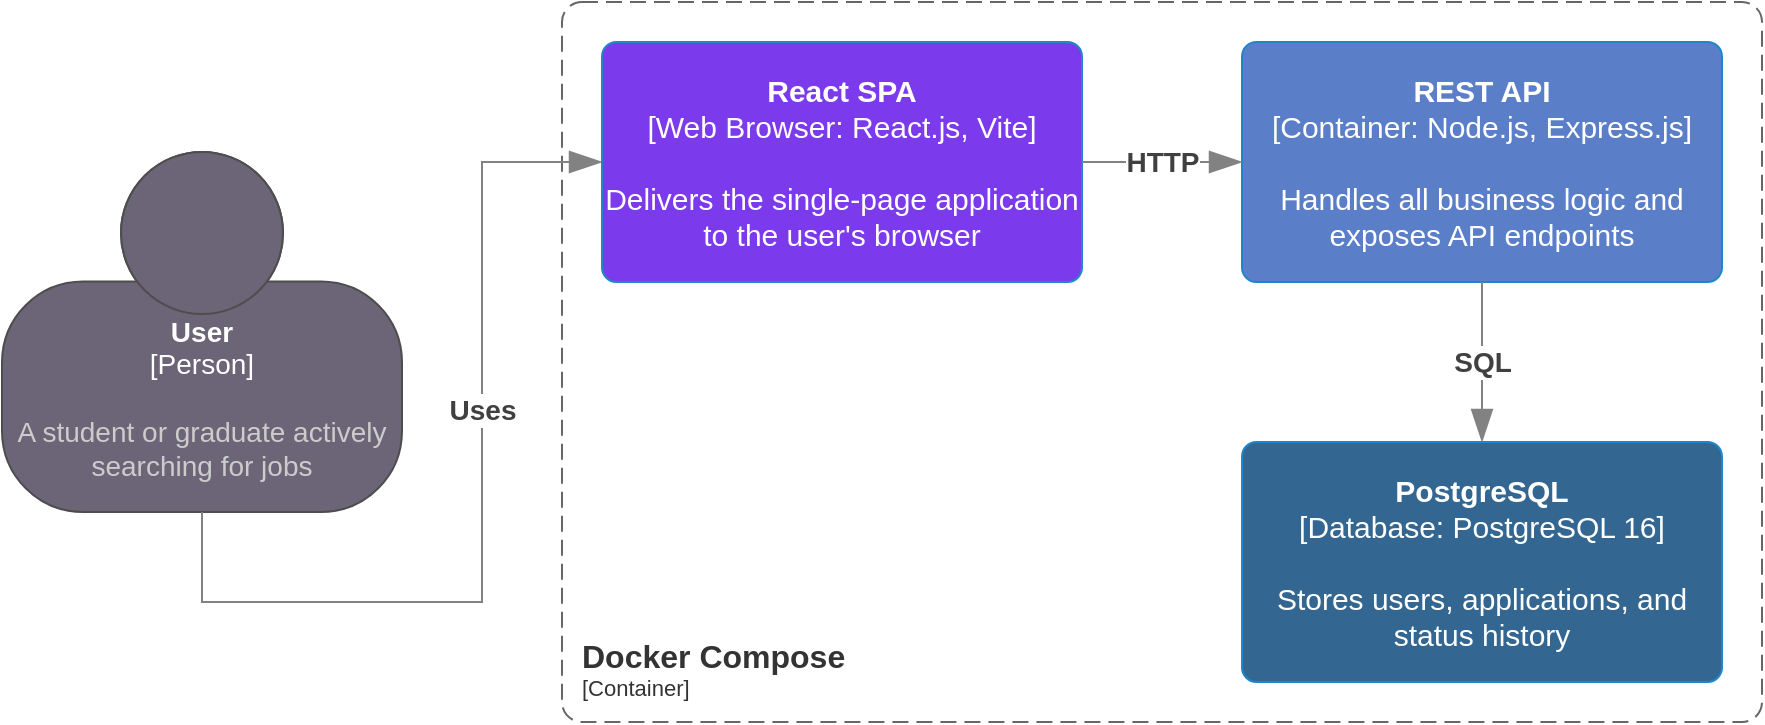
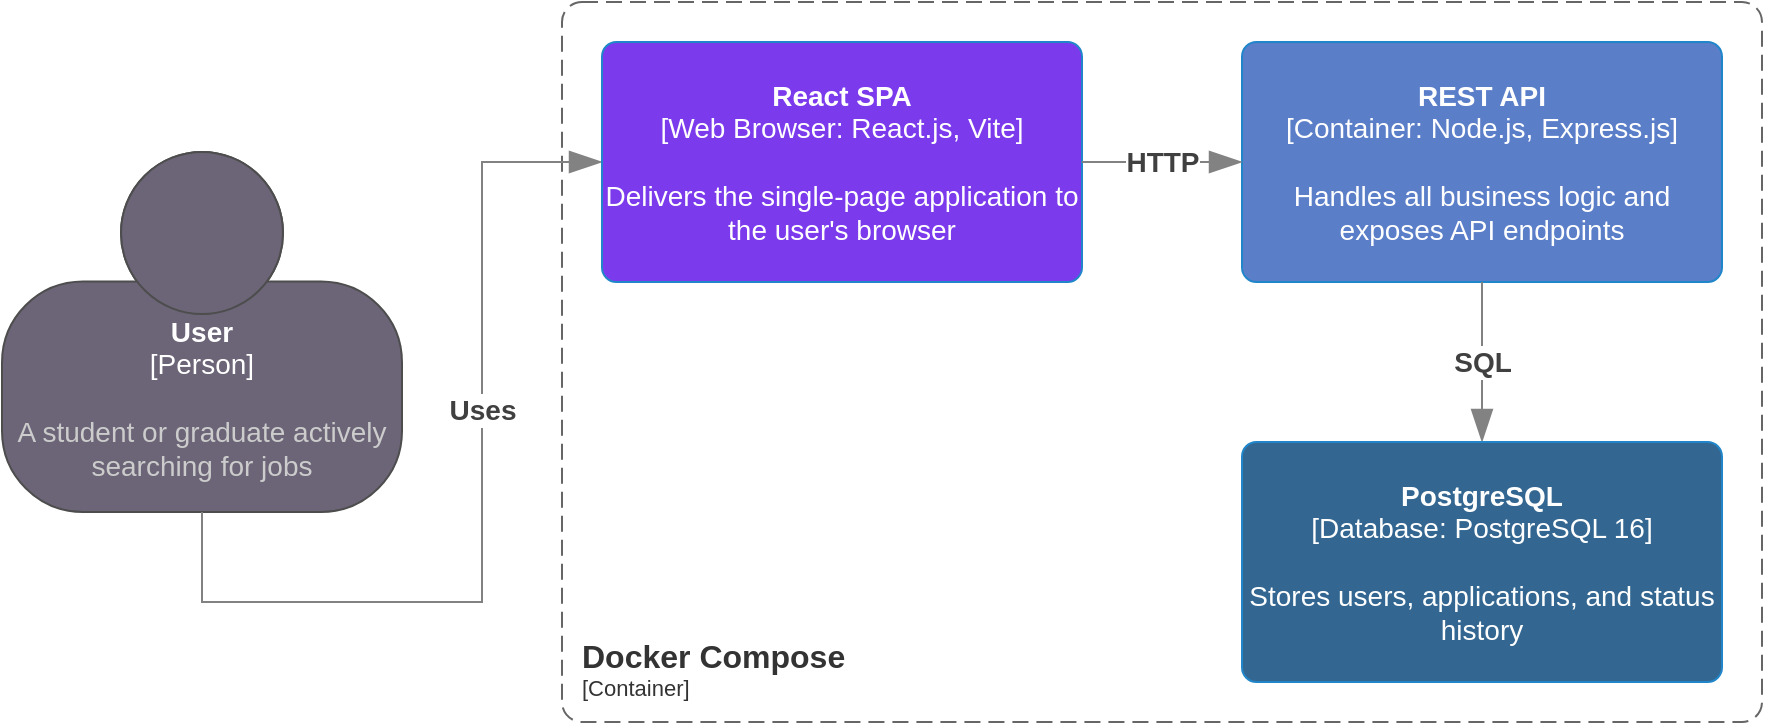
<mxfile host="app.diagrams.net">
  <diagram name="Page-1" id="6VALZ1FvOjJdwDHkJwd1">
    <mxGraphModel dx="2904" dy="1111" grid="1" gridSize="10" guides="1" tooltips="1" connect="1" arrows="1" fold="1" page="1" pageScale="1" pageWidth="850" pageHeight="1100" math="0" shadow="0">
      <root>
        <mxCell id="0" />
        <mxCell id="1" parent="0" />
        <object placeholders="1" c4Name="Docker Compose" c4Type="ContainerScopeBoundary" c4Application="Container" label="&lt;font style=&quot;font-size: 16px&quot;&gt;&lt;b&gt;&lt;div style=&quot;text-align: left&quot;&gt;%c4Name%&lt;/div&gt;&lt;/b&gt;&lt;/font&gt;&lt;div style=&quot;text-align: left&quot;&gt;[%c4Application%]&lt;/div&gt;" id="x2zLl9rLxHROFX07nacW-2">
          <mxCell parent="1" style="rounded=1;fontSize=11;whiteSpace=wrap;html=1;dashed=1;arcSize=20;fillColor=none;strokeColor=#666666;fontColor=#333333;labelBackgroundColor=none;align=left;verticalAlign=bottom;labelBorderColor=none;spacingTop=0;spacing=10;dashPattern=8 4;metaEdit=1;rotatable=0;perimeter=rectanglePerimeter;noLabel=0;labelPadding=0;allowArrows=0;connectable=0;expand=0;recursiveResize=0;editable=1;pointerEvents=0;absoluteArcSize=1;points=[[0.25,0,0],[0.5,0,0],[0.75,0,0],[1,0.25,0],[1,0.5,0],[1,0.75,0],[0.75,1,0],[0.5,1,0],[0.25,1,0],[0,0.75,0],[0,0.5,0],[0,0.25,0]];" vertex="1">
            <mxGeometry height="360" width="600" x="180" y="260" as="geometry" />
          </mxCell>
        </object>
        <object placeholders="1" c4Name="User" c4Type="Person" c4Description="A student or graduate actively searching for jobs" label="&lt;font&gt;&lt;b&gt;%c4Name%&lt;/b&gt;&lt;/font&gt;&lt;div&gt;[%c4Type%]&lt;/div&gt;&lt;br&gt;&lt;div&gt;&lt;font&gt;&lt;font color=&quot;#cccccc&quot;&gt;%c4Description%&lt;/font&gt;&lt;/font&gt;&lt;/div&gt;" id="x2zLl9rLxHROFX07nacW-3">
          <mxCell parent="1" style="html=1;fontSize=14;dashed=0;whiteSpace=wrap;fillColor=#6C6477;strokeColor=#4D4D4D;fontColor=#ffffff;shape=mxgraph.c4.person2;align=center;metaEdit=1;points=[[0.5,0,0],[1,0.5,0],[1,0.75,0],[0.75,1,0],[0.5,1,0],[0.25,1,0],[0,0.75,0],[0,0.5,0]];resizable=0;" vertex="1">
            <mxGeometry height="180" width="200" x="-100" y="335" as="geometry" />
          </mxCell>
        </object>
        <object placeholders="1" c4Type="Relationship" c4Description="Uses" label="&lt;div style=&quot;text-align: left&quot;&gt;&lt;div style=&quot;text-align: center&quot;&gt;&lt;b&gt;%c4Description%&lt;/b&gt;&lt;/div&gt;&lt;/div&gt;" id="x2zLl9rLxHROFX07nacW-4">
          <mxCell edge="1" parent="1" source="x2zLl9rLxHROFX07nacW-3" style="endArrow=blockThin;html=1;fontSize=14;fontColor=#404040;strokeWidth=1;endFill=1;strokeColor=#828282;elbow=vertical;metaEdit=1;endSize=14;startSize=14;jumpStyle=arc;jumpSize=16;rounded=0;edgeStyle=orthogonalEdgeStyle;entryX=0;entryY=0.5;entryDx=0;entryDy=0;entryPerimeter=0;exitX=0.5;exitY=1;exitDx=0;exitDy=0;exitPerimeter=0;" target="x2zLl9rLxHROFX07nacW-6">
            <mxGeometry relative="1" width="240" x="0.2079" as="geometry">
              <mxPoint as="offset" />
              <Array as="points">
                <mxPoint y="560" />
                <mxPoint x="140" y="560" />
                <mxPoint x="140" y="340" />
              </Array>
              <mxPoint x="60" y="620" as="sourcePoint" />
              <mxPoint x="300" y="620" as="targetPoint" />
            </mxGeometry>
          </mxCell>
        </object>
        <object placeholders="1" c4Name="REST API" c4Type="Container" c4Technology="Node.js, Express.js" c4Description="Handles all business logic and exposes API endpoints" label="&lt;font&gt;&lt;b&gt;%c4Name%&lt;/b&gt;&lt;/font&gt;&lt;div&gt;[%c4Type%: %c4Technology%]&lt;/div&gt;&lt;br&gt;&lt;div&gt;&lt;font&gt;%c4Description%&lt;/font&gt;&lt;/div&gt;" id="x2zLl9rLxHROFX07nacW-5">
-           <mxCell parent="1" style="rounded=1;whiteSpace=wrap;html=1;labelBackgroundColor=none;fillColor=#5B7EC9;fontColor=#ffffff;align=center;arcSize=6;strokeColor=#2086C9;metaEdit=1;resizable=0;points=[[0.25,0,0],[0.5,0,0],[0.75,0,0],[1,0.25,0],[1,0.5,0],[1,0.75,0],[0.75,1,0],[0.5,1,0],[0.25,1,0],[0,0.75,0],[0,0.5,0],[0,0.25,0]];fontSize=15;" vertex="1">
+           <mxCell parent="1" style="rounded=1;whiteSpace=wrap;html=1;labelBackgroundColor=none;fillColor=#5B7EC9;fontColor=#ffffff;align=center;arcSize=6;strokeColor=#2086C9;metaEdit=1;resizable=0;points=[[0.25,0,0],[0.5,0,0],[0.75,0,0],[1,0.25,0],[1,0.5,0],[1,0.75,0],[0.75,1,0],[0.5,1,0],[0.25,1,0],[0,0.75,0],[0,0.5,0],[0,0.25,0]];fontSize=14;" vertex="1">
            <mxGeometry height="120" width="240" x="520" y="280" as="geometry" />
          </mxCell>
        </object>
        <object placeholders="1" c4Name="React SPA" c4Type="Web Browser" c4Technology="React.js, Vite" c4Description="Delivers the single-page application to the user&#39;s browser" label="&lt;font&gt;&lt;b&gt;%c4Name%&lt;/b&gt;&lt;/font&gt;&lt;div&gt;[%c4Type%: %c4Technology%]&lt;/div&gt;&lt;br&gt;&lt;div&gt;&lt;font&gt;%c4Description%&lt;/font&gt;&lt;/div&gt;" id="x2zLl9rLxHROFX07nacW-6">
-           <mxCell parent="1" style="rounded=1;whiteSpace=wrap;html=1;labelBackgroundColor=none;fillColor=#7C3AED;fontColor=#ffffff;align=center;arcSize=6;strokeColor=#2086C9;metaEdit=1;resizable=0;points=[[0.25,0,0],[0.5,0,0],[0.75,0,0],[1,0.25,0],[1,0.5,0],[1,0.75,0],[0.75,1,0],[0.5,1,0],[0.25,1,0],[0,0.75,0],[0,0.5,0],[0,0.25,0]];fontSize=15;" vertex="1">
+           <mxCell parent="1" style="rounded=1;whiteSpace=wrap;html=1;labelBackgroundColor=none;fillColor=#7C3AED;fontColor=#ffffff;align=center;arcSize=6;strokeColor=#2086C9;metaEdit=1;resizable=0;points=[[0.25,0,0],[0.5,0,0],[0.75,0,0],[1,0.25,0],[1,0.5,0],[1,0.75,0],[0.75,1,0],[0.5,1,0],[0.25,1,0],[0,0.75,0],[0,0.5,0],[0,0.25,0]];fontSize=14;" vertex="1">
            <mxGeometry height="120" width="240" x="200" y="280" as="geometry" />
          </mxCell>
        </object>
        <object placeholders="1" c4Type="Relationship" c4Description="HTTP" label="&lt;div style=&quot;text-align: left&quot;&gt;&lt;div style=&quot;text-align: center&quot;&gt;&lt;b&gt;%c4Description%&lt;/b&gt;&lt;/div&gt;&lt;/div&gt;" id="x2zLl9rLxHROFX07nacW-7">
          <mxCell edge="1" parent="1" source="x2zLl9rLxHROFX07nacW-6" style="endArrow=blockThin;html=1;fontSize=14;fontColor=#404040;strokeWidth=1;endFill=1;strokeColor=#828282;elbow=vertical;metaEdit=1;endSize=14;startSize=14;jumpStyle=arc;jumpSize=16;rounded=0;edgeStyle=orthogonalEdgeStyle;exitX=1;exitY=0.5;exitDx=0;exitDy=0;exitPerimeter=0;entryX=0;entryY=0.5;entryDx=0;entryDy=0;entryPerimeter=0;" target="x2zLl9rLxHROFX07nacW-5">
            <mxGeometry relative="1" width="240" as="geometry">
              <mxPoint x="110" y="710" as="sourcePoint" />
              <mxPoint x="350" y="710" as="targetPoint" />
            </mxGeometry>
          </mxCell>
        </object>
        <object placeholders="1" c4Type="Relationship" c4Description="SQL" label="&lt;div style=&quot;text-align: left&quot;&gt;&lt;div style=&quot;text-align: center&quot;&gt;&lt;b&gt;%c4Description%&lt;/b&gt;&lt;/div&gt;&lt;/div&gt;" id="x2zLl9rLxHROFX07nacW-9">
          <mxCell edge="1" parent="1" source="x2zLl9rLxHROFX07nacW-5" style="endArrow=blockThin;html=1;fontSize=14;fontColor=#404040;strokeWidth=1;endFill=1;strokeColor=#828282;elbow=vertical;metaEdit=1;endSize=14;startSize=14;jumpStyle=arc;jumpSize=16;rounded=0;edgeStyle=orthogonalEdgeStyle;exitX=0.5;exitY=1;exitDx=0;exitDy=0;exitPerimeter=0;entryX=0.5;entryY=0;entryDx=0;entryDy=0;entryPerimeter=0;" target="x2zLl9rLxHROFX07nacW-10">
            <mxGeometry relative="1" width="240" as="geometry">
              <mxPoint x="-90" y="760" as="sourcePoint" />
              <mxPoint x="150" y="760" as="targetPoint" />
            </mxGeometry>
          </mxCell>
        </object>
        <object placeholders="1" c4Name="PostgreSQL" c4Type="Database" c4Technology="PostgreSQL 16" c4Description="Stores users, applications, and status history" label="&lt;font&gt;&lt;b&gt;%c4Name%&lt;/b&gt;&lt;/font&gt;&lt;div&gt;[%c4Type%: %c4Technology%]&lt;/div&gt;&lt;br&gt;&lt;div&gt;&lt;font&gt;%c4Description%&lt;/font&gt;&lt;/div&gt;" id="x2zLl9rLxHROFX07nacW-10">
-           <mxCell parent="1" style="rounded=1;whiteSpace=wrap;html=1;labelBackgroundColor=none;fillColor=#336791;fontColor=#ffffff;align=center;arcSize=6;strokeColor=#2086C9;metaEdit=1;resizable=0;points=[[0.25,0,0],[0.5,0,0],[0.75,0,0],[1,0.25,0],[1,0.5,0],[1,0.75,0],[0.75,1,0],[0.5,1,0],[0.25,1,0],[0,0.75,0],[0,0.5,0],[0,0.25,0]];fontSize=15;" vertex="1">
+           <mxCell parent="1" style="rounded=1;whiteSpace=wrap;html=1;labelBackgroundColor=none;fillColor=#336791;fontColor=#ffffff;align=center;arcSize=6;strokeColor=#2086C9;metaEdit=1;resizable=0;points=[[0.25,0,0],[0.5,0,0],[0.75,0,0],[1,0.25,0],[1,0.5,0],[1,0.75,0],[0.75,1,0],[0.5,1,0],[0.25,1,0],[0,0.75,0],[0,0.5,0],[0,0.25,0]];fontSize=14;" vertex="1">
            <mxGeometry height="120" width="240" x="520" y="480" as="geometry" />
          </mxCell>
        </object>
      </root>
    </mxGraphModel>
  </diagram>
</mxfile>
